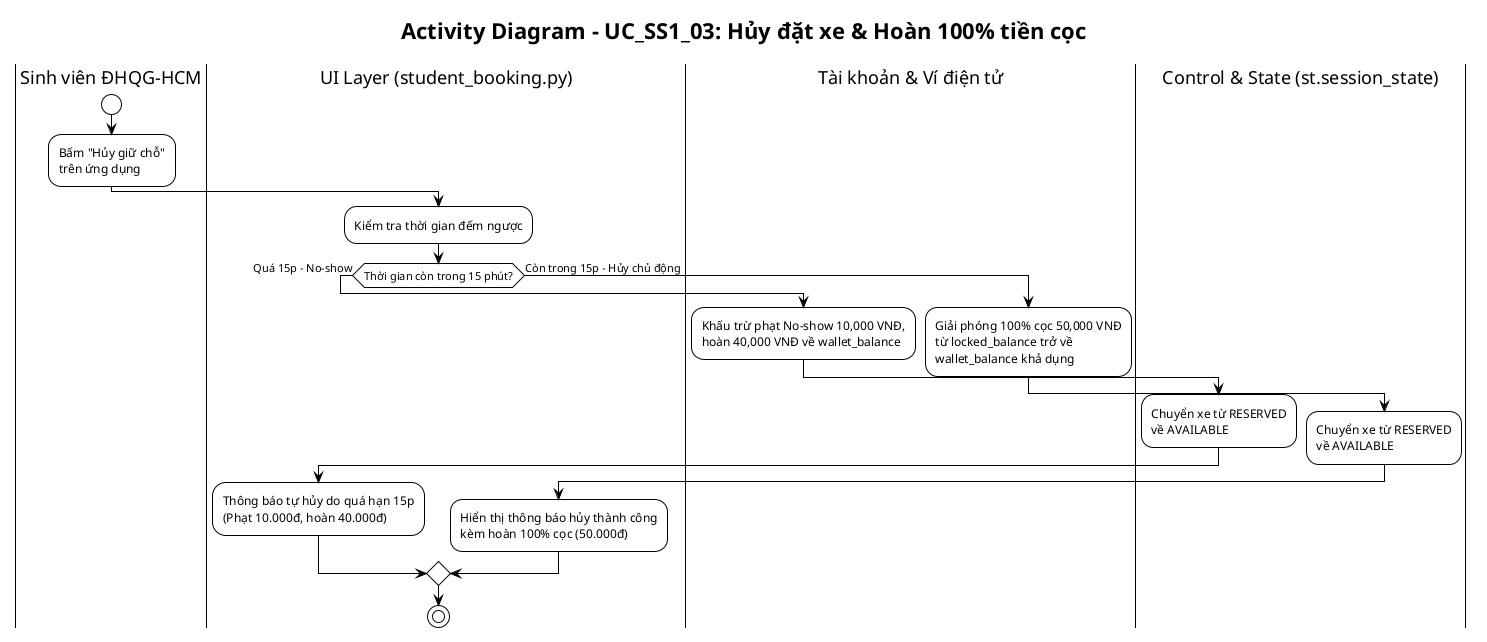
Before: docs/diagrams/Use-case detail-scenario/SS1/Activity diagrams/UC_SS1_03_NguyenThanhDat_activity.png, a diagram exported from PlantUML (Dat-nguyen195/BTL_1_CNPM).
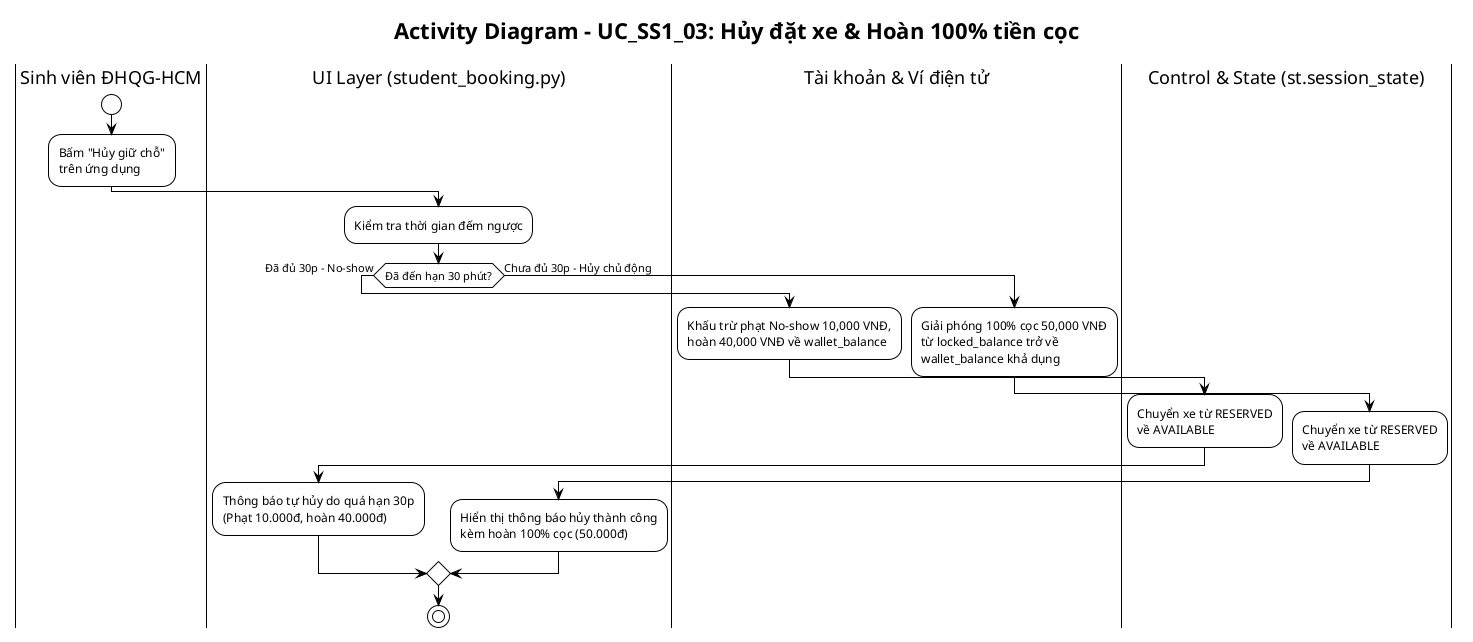
Later version of the same file.

The edit, as a diff of the source:
```diff
@@ -12,7 +12,7 @@
 |UI Layer (student_booking.py)|
 :Kiểm tra thời gian đếm ngược;
 
-if (Thời gian còn trong 15 phút?) then (Quá 15p - No-show)
+if (Đã đến hạn 30 phút?) then (Đã đủ 30p - No-show)
   |Tài khoản & Ví điện tử|
   :Khấu trừ phạt No-show 10,000 VNĐ,\nhoàn 40,000 VNĐ về wallet_balance;
 
@@ -20,8 +20,8 @@
   :Chuyển xe từ RESERVED\nvề AVAILABLE;
 
   |UI Layer (student_booking.py)|
-  :Thông báo tự hủy do quá hạn 15p\n(Phạt 10.000đ, hoàn 40.000đ);
-else (Còn trong 15p - Hủy chủ động)
+  :Thông báo tự hủy do quá hạn 30p\n(Phạt 10.000đ, hoàn 40.000đ);
+else (Chưa đủ 30p - Hủy chủ động)
   |Tài khoản & Ví điện tử|
   :Giải phóng 100% cọc 50,000 VNĐ\ntừ locked_balance trở về\nwallet_balance khả dụng;
 
```
